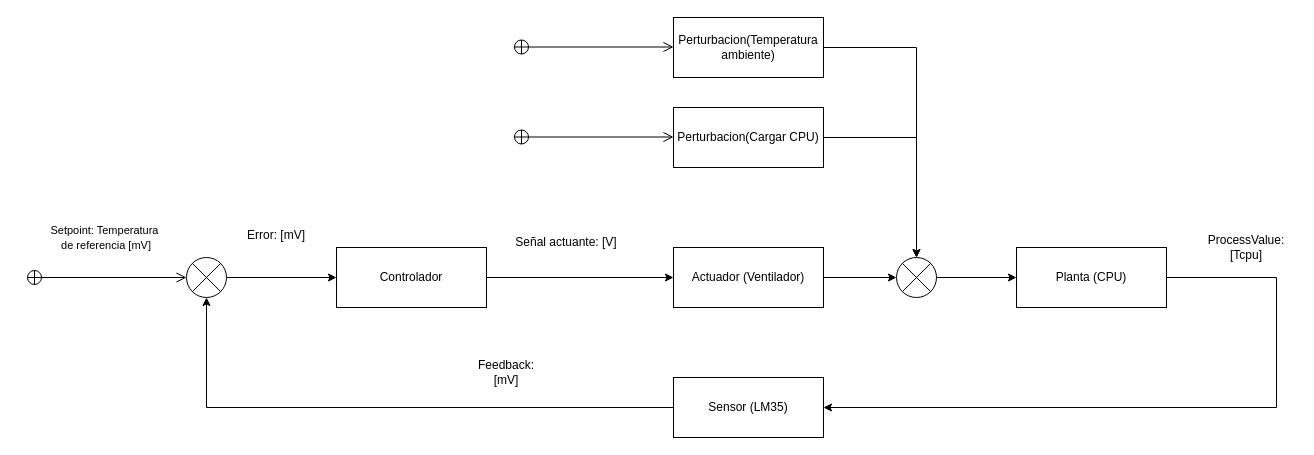
marian1911/Trabajo-Integrador-SCI keeps this draw.io diagram as Sistemas de control.drawio. Above is the earlier version. Source tidied: cells renumbered, new cells numbered last; positions are measured from the earlier drawing's top-left corner, leaving out a move shared by most shapes. Both pictures are drawn from the tidied source at 100%, with x=0, y=0 at pixel (26, 17).
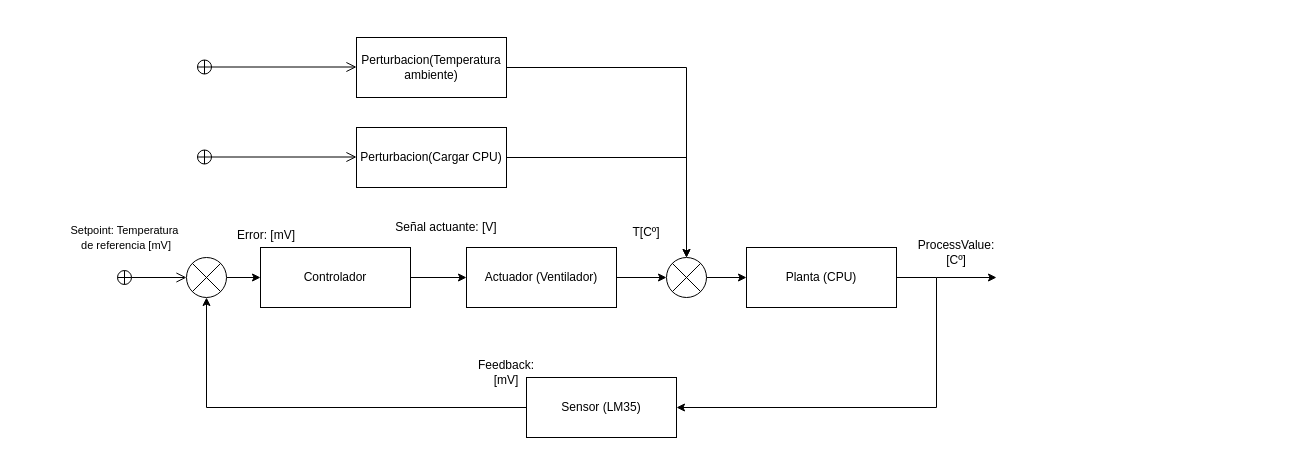
Above is the later version.

What changed in the source:
```diff
@@
     <mxCell id="2" style="edgeStyle=orthogonalEdgeStyle;rounded=0;jettySize=auto;html=1;entryX=1;entryY=0.5;entryDx=0;entryDy=0;" parent="1" edge="1" source="3" target="5">
       <mxGeometry relative="1" as="geometry">
         <Array as="points">
-          <mxPoint x="1250" y="260" />
-          <mxPoint x="1250" y="390" />
+          <mxPoint x="910" y="260" />
+          <mxPoint x="910" y="390" />
         </Array>
       </mxGeometry>
     </mxCell>
     <mxCell id="3" value="Planta (CPU)" style="rounded=0;whiteSpace=wrap;html=1;" parent="1" vertex="1">
-      <mxGeometry x="990" y="230" width="150" height="60" as="geometry" />
+      <mxGeometry x="720" y="230" width="150" height="60" as="geometry" />
     </mxCell>
@@
     <mxCell id="5" value="Sensor (LM35)" style="rounded=0;whiteSpace=wrap;html=1;" parent="1" vertex="1">
-      <mxGeometry x="647" y="360" width="150" height="60" as="geometry" />
+      <mxGeometry x="500" y="360" width="150" height="60" as="geometry" />
     </mxCell>
@@
     <mxCell id="7" value="Actuador (Ventilador)" style="rounded=0;whiteSpace=wrap;html=1;" parent="1" vertex="1">
-      <mxGeometry x="647" y="230" width="150" height="60" as="geometry" />
+      <mxGeometry x="440" y="230" width="150" height="60" as="geometry" />
     </mxCell>
@@
     <mxCell id="9" value="Perturbacion(Cargar CPU)" style="rounded=0;whiteSpace=wrap;html=1;" parent="1" vertex="1">
-      <mxGeometry x="647" y="90" width="150" height="60" as="geometry" />
+      <mxGeometry x="330" y="110" width="150" height="60" as="geometry" />
     </mxCell>
@@
     <mxCell id="11" value="Perturbacion(Temperatura ambiente)" style="rounded=0;whiteSpace=wrap;html=1;" parent="1" vertex="1">
-      <mxGeometry x="647" width="150" height="60" as="geometry" />
+      <mxGeometry x="330" y="20" width="150" height="60" as="geometry" />
     </mxCell>
@@
     <mxCell id="13" value="Controlador" style="rounded=0;whiteSpace=wrap;html=1;" parent="1" vertex="1">
-      <mxGeometry x="310" y="230" width="150" height="60" as="geometry" />
+      <mxGeometry x="234" y="230" width="150" height="60" as="geometry" />
     </mxCell>
@@
     <mxCell id="16" style="endArrow=open;startArrow=circlePlus;endFill=0;startFill=0;endSize=8;html=1;rounded=0;" parent="1" edge="1">
       <mxGeometry relative="1" as="geometry">
-        <mxPoint y="260" as="sourcePoint" />
+        <mxPoint x="90" y="260" as="sourcePoint" />
         <mxPoint x="160" y="260" as="targetPoint" />
       </mxGeometry>
     </mxCell>
     <mxCell id="17" value="&lt;span style=&quot;font-size: 11px; text-wrap-mode: nowrap; background-color: rgb(255, 255, 255);&quot;&gt;Setpoint: Temperatura&amp;nbsp;&lt;/span&gt;&lt;div&gt;&lt;span style=&quot;font-size: 11px; text-wrap-mode: nowrap; background-color: rgb(255, 255, 255);&quot;&gt;de referencia [mV]&lt;/span&gt;&lt;/div&gt;" style="text;html=1;align=center;verticalAlign=middle;whiteSpace=wrap;rounded=0;" parent="1" vertex="1">
-      <mxGeometry x="20" y="200" width="120" height="40" as="geometry" />
+      <mxGeometry x="40" y="190" width="120" height="60" as="geometry" />
     </mxCell>
     <mxCell id="18" value="Error: [mV]" style="text;html=1;align=center;verticalAlign=middle;whiteSpace=wrap;rounded=0;" parent="1" vertex="1">
-      <mxGeometry x="200" y="205" width="100" height="25" as="geometry" />
+      <mxGeometry x="190" y="205" width="100" height="25" as="geometry" />
     </mxCell>
     <mxCell id="19" value="Señal actuante: [V]" style="text;html=1;align=center;verticalAlign=middle;whiteSpace=wrap;rounded=0;" parent="1" vertex="1">
-      <mxGeometry x="480" y="205" width="120" height="40" as="geometry" />
+      <mxGeometry x="360" y="190" width="120" height="40" as="geometry" />
     </mxCell>
     <mxCell id="20" style="endArrow=open;startArrow=circlePlus;endFill=0;startFill=0;endSize=8;html=1;rounded=0;" parent="1" edge="1">
       <mxGeometry relative="1" as="geometry">
-        <mxPoint x="487" y="29.5" as="sourcePoint" />
-        <mxPoint x="647" y="29.5" as="targetPoint" />
+        <mxPoint x="170" y="49.5" as="sourcePoint" />
+        <mxPoint x="330" y="49.5" as="targetPoint" />
       </mxGeometry>
     </mxCell>
     <mxCell id="21" style="endArrow=open;startArrow=circlePlus;endFill=0;startFill=0;endSize=8;html=1;rounded=0;" parent="1" edge="1">
       <mxGeometry relative="1" as="geometry">
-        <mxPoint x="487" y="119.5" as="sourcePoint" />
-        <mxPoint x="647" y="119.5" as="targetPoint" />
+        <mxPoint x="170" y="139.5" as="sourcePoint" />
+        <mxPoint x="330" y="139.5" as="targetPoint" />
       </mxGeometry>
     </mxCell>
@@
     <mxCell id="23" style="shape=sumEllipse;perimeter=ellipsePerimeter;whiteSpace=wrap;html=1;backgroundOutline=1;" parent="1" vertex="1">
-      <mxGeometry x="870" y="240" width="40" height="40" as="geometry" />
+      <mxGeometry x="640" y="240" width="40" height="40" as="geometry" />
     </mxCell>
-    <mxCell id="24" value="ProcessValue: [Tcpu]" style="text;html=1;align=center;verticalAlign=middle;whiteSpace=wrap;rounded=0;" parent="1" vertex="1">
-      <mxGeometry x="1170" y="215" width="100" height="30" as="geometry" />
+    <mxCell id="24" value="ProcessValue: [Cº]" style="text;html=1;align=center;verticalAlign=middle;whiteSpace=wrap;rounded=0;" parent="1" vertex="1">
+      <mxGeometry x="880" y="220" width="100" height="30" as="geometry" />
     </mxCell>
@@
+    <mxCell id="26" value="T[Cº]" style="text;html=1;align=center;verticalAlign=middle;whiteSpace=wrap;rounded=0;" parent="1" vertex="1">
+      <mxGeometry x="590" y="200" width="60" height="30" as="geometry" />
+    </mxCell>
+    <mxCell id="27" style="endArrow=classic;html=1;rounded=0;" parent="1" edge="1">
+      <mxGeometry relative="1" as="geometry">
+        <mxPoint x="910" y="260" as="sourcePoint" />
+        <mxPoint x="970" y="260" as="targetPoint" />
+      </mxGeometry>
+    </mxCell>
```
